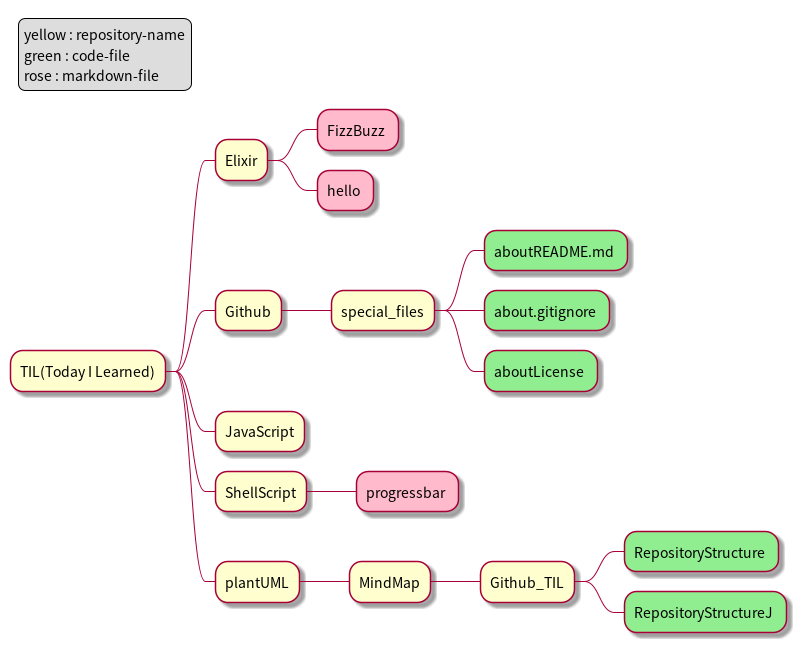
Above: RepositoryStructure.png in sudo-roa/TIL (PlantUML), before the change.
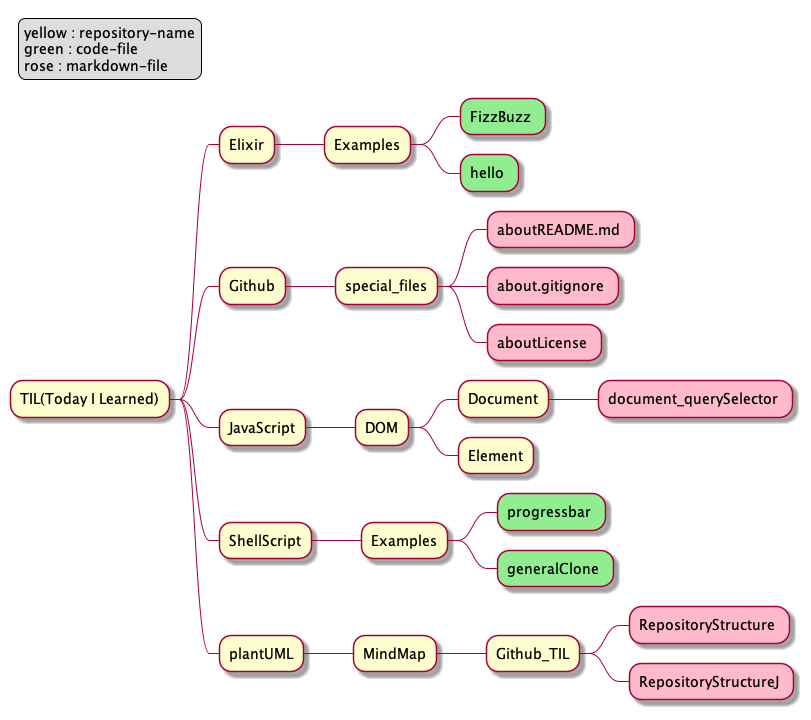
After the commit.

The edit, as a diff of the source:
```diff
@@ -11,24 +11,34 @@
 </style>
 
 * TIL(Today I Learned)
+
 ** Elixir
-*** FizzBuzz <<rose>>
-*** hello <<rose>>
+*** Examples
+**** FizzBuzz <<green>>
+**** hello <<green>>
+
 ** Github
 *** special_files
-**** aboutREADME.md <<green>>
-**** about.gitignore <<green>>
-**** aboutLicense <<green>>
+**** aboutREADME.md <<rose>>
+**** about.gitignore <<rose>>
+**** aboutLicense <<rose>>
+
 ** JavaScript
+*** DOM
+**** Document
+***** document_querySelector <<rose>>
+**** Element
 
 ** ShellScript
-*** progressbar <<rose>>
+*** Examples
+**** progressbar <<green>>
+**** generalClone <<green>>
 
 ** plantUML
 *** MindMap
 **** Github_TIL
-***** RepositoryStructure <<green>>
-***** RepositoryStructureJ <<green>>
+***** RepositoryStructure <<rose>>
+***** RepositoryStructureJ <<rose>>
 
 legend top left
     yellow : repository-name
```
